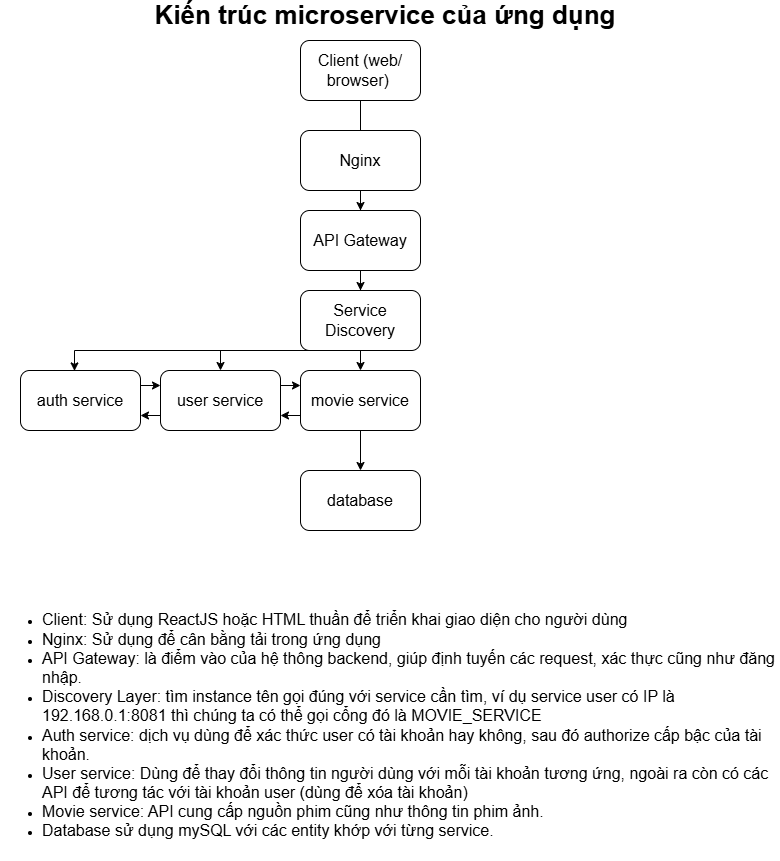
This is documents/pictures/system_design.png from SplendidBoy1/Microservice_Netflix, a draw.io export, as it was before one commit. Source tidied: cells renumbered, new cells last; positions are measured from the earlier drawing's top-left corner, leaving out a move shared by most shapes. Its diagram source:
```xml
<mxGraphModel>
  <root>
    <mxCell id="0" />
    <mxCell id="1" parent="0" />
    <mxCell id="2" style="edgeStyle=orthogonalEdgeStyle;rounded=0;jettySize=auto;html=1;" parent="1" edge="1" source="3" target="8">
      <mxGeometry relative="1" as="geometry" />
    </mxCell>
    <mxCell id="3" value="&lt;font style=&quot;font-size: 16px;&quot;&gt;Client (web/ browser)&amp;nbsp;&lt;/font&gt;" style="rounded=1;whiteSpace=wrap;html=1;" parent="1" vertex="1">
      <mxGeometry x="300" y="40" width="120" height="60" as="geometry" />
    </mxCell>
    <mxCell id="4" value="&lt;b&gt;&lt;font style=&quot;font-size: 26px;&quot;&gt;Kiến trúc microservice của ứng dụng&lt;/font&gt;&lt;/b&gt;" style="text;html=1;whiteSpace=wrap;strokeColor=none;fillColor=none;align=center;verticalAlign=middle;rounded=0;" parent="1" vertex="1">
      <mxGeometry x="85" width="600" height="30" as="geometry" />
    </mxCell>
    <mxCell id="5" style="edgeStyle=orthogonalEdgeStyle;rounded=0;jettySize=auto;html=1;" parent="1" edge="1" source="6" target="10">
      <mxGeometry relative="1" as="geometry" />
    </mxCell>
    <mxCell id="6" value="&lt;span style=&quot;font-size: 16px;&quot;&gt;Nginx&lt;/span&gt;" style="rounded=1;whiteSpace=wrap;html=1;" parent="1" vertex="1">
      <mxGeometry x="300" y="130" width="120" height="60" as="geometry" />
    </mxCell>
    <mxCell id="7" style="edgeStyle=orthogonalEdgeStyle;rounded=0;jettySize=auto;html=1;" parent="1" edge="1" source="8" target="18">
      <mxGeometry relative="1" as="geometry" />
    </mxCell>
    <mxCell id="8" value="&lt;span style=&quot;font-size: 16px;&quot;&gt;API Gateway&lt;/span&gt;" style="rounded=1;whiteSpace=wrap;html=1;" parent="1" vertex="1">
      <mxGeometry x="300" y="210" width="120" height="60" as="geometry" />
    </mxCell>
    <mxCell id="9" style="edgeStyle=orthogonalEdgeStyle;rounded=0;jettySize=auto;html=1;exitX=0.5;exitY=1;exitDx=0;exitDy=0;entryX=0.5;entryY=0;entryDx=0;entryDy=0;" parent="1" edge="1" source="10" target="15">
      <mxGeometry relative="1" as="geometry">
        <Array as="points">
          <mxPoint x="220" y="350" />
        </Array>
      </mxGeometry>
    </mxCell>
    <mxCell id="10" value="&lt;span style=&quot;font-size: 16px;&quot;&gt;Service Discovery&lt;/span&gt;" style="rounded=1;whiteSpace=wrap;html=1;" parent="1" vertex="1">
      <mxGeometry x="300" y="290" width="120" height="60" as="geometry" />
    </mxCell>
    <mxCell id="11" style="edgeStyle=orthogonalEdgeStyle;rounded=0;jettySize=auto;html=1;exitX=1;exitY=0.25;exitDx=0;exitDy=0;entryX=0;entryY=0.25;entryDx=0;entryDy=0;" parent="1" edge="1" source="12" target="15">
      <mxGeometry relative="1" as="geometry" />
    </mxCell>
    <mxCell id="12" value="&lt;span style=&quot;font-size: 16px;&quot;&gt;auth service&lt;/span&gt;" style="rounded=1;whiteSpace=wrap;html=1;" parent="1" vertex="1">
      <mxGeometry x="20" y="370" width="120" height="60" as="geometry" />
    </mxCell>
    <mxCell id="13" style="edgeStyle=orthogonalEdgeStyle;rounded=0;jettySize=auto;html=1;exitX=0;exitY=0.75;exitDx=0;exitDy=0;entryX=1;entryY=0.75;entryDx=0;entryDy=0;" parent="1" edge="1" source="15" target="12">
      <mxGeometry relative="1" as="geometry" />
    </mxCell>
    <mxCell id="14" style="edgeStyle=orthogonalEdgeStyle;rounded=0;jettySize=auto;html=1;exitX=1;exitY=0.25;exitDx=0;exitDy=0;entryX=0;entryY=0.25;entryDx=0;entryDy=0;" parent="1" edge="1" source="15" target="18">
      <mxGeometry relative="1" as="geometry" />
    </mxCell>
    <mxCell id="15" value="&lt;span style=&quot;font-size: 16px;&quot;&gt;user service&lt;/span&gt;" style="rounded=1;whiteSpace=wrap;html=1;" parent="1" vertex="1">
      <mxGeometry x="160" y="370" width="120" height="60" as="geometry" />
    </mxCell>
    <mxCell id="16" style="edgeStyle=orthogonalEdgeStyle;rounded=0;jettySize=auto;html=1;" parent="1" edge="1" source="18" target="19">
      <mxGeometry relative="1" as="geometry" />
    </mxCell>
    <mxCell id="17" style="edgeStyle=orthogonalEdgeStyle;rounded=0;jettySize=auto;html=1;exitX=0;exitY=0.75;exitDx=0;exitDy=0;entryX=1;entryY=0.75;entryDx=0;entryDy=0;" parent="1" edge="1" source="18" target="15">
      <mxGeometry relative="1" as="geometry" />
    </mxCell>
    <mxCell id="18" value="&lt;span style=&quot;font-size: 16px;&quot;&gt;movie service&lt;/span&gt;" style="rounded=1;whiteSpace=wrap;html=1;" parent="1" vertex="1">
      <mxGeometry x="300" y="370" width="120" height="60" as="geometry" />
    </mxCell>
    <mxCell id="19" value="&lt;span style=&quot;font-size: 16px;&quot;&gt;database&lt;/span&gt;" style="rounded=1;whiteSpace=wrap;html=1;" parent="1" vertex="1">
      <mxGeometry x="300" y="470" width="120" height="60" as="geometry" />
    </mxCell>
    <mxCell id="20" style="edgeStyle=orthogonalEdgeStyle;rounded=0;jettySize=auto;html=1;exitX=0.5;exitY=1;exitDx=0;exitDy=0;entryX=0.45;entryY=0.007;entryDx=0;entryDy=0;entryPerimeter=0;" parent="1" edge="1" source="10" target="12">
      <mxGeometry relative="1" as="geometry">
        <Array as="points">
          <mxPoint x="74" y="350" />
        </Array>
      </mxGeometry>
    </mxCell>
    <mxCell id="21" value="&lt;ul&gt;&lt;li&gt;&lt;span style=&quot;font-size: 16px;&quot;&gt;Client: Sử dụng ReactJS hoặc HTML thuần để triển khai giao diện cho người dùng&lt;/span&gt;&lt;/li&gt;&lt;li&gt;&lt;span style=&quot;font-size: 16px;&quot;&gt;Nginx: Sử dụng để cân bằng tải trong ứng dụng&lt;/span&gt;&lt;/li&gt;&lt;li&gt;&lt;span style=&quot;font-size: 16px;&quot;&gt;API Gateway: là điểm vào của hệ thông backend, giúp định tuyến các request, xác thực cũng như đăng nhập.&lt;/span&gt;&lt;/li&gt;&lt;li&gt;&lt;span style=&quot;font-size: 16px;&quot;&gt;Discovery Layer: tìm instance tên gọi đúng với service cần tìm, ví dụ service user có IP là 192.168.0.1:8081 thì chúng ta có thể gọi cổng đó là MOVIE_SERVICE&lt;/span&gt;&lt;/li&gt;&lt;li&gt;&lt;span style=&quot;font-size: 16px;&quot;&gt;Auth service: dịch vụ dùng để xác thức user có tài khoản hay không, sau đó authorize cấp bậc của tài khoản.&lt;/span&gt;&lt;/li&gt;&lt;li&gt;&lt;span style=&quot;font-size: 16px;&quot;&gt;User service: Dùng để thay đổi thông tin người dùng với mỗi tài khoản tương ứng, ngoài ra còn có các API để tương tác với tài khoản user (dùng để xóa tài khoản)&lt;/span&gt;&lt;/li&gt;&lt;li&gt;&lt;span style=&quot;font-size: 16px;&quot;&gt;Movie service: API cung cấp nguồn phim cũng như thông tin phim ảnh.&lt;/span&gt;&lt;/li&gt;&lt;li&gt;&lt;span style=&quot;font-size: 16px;&quot;&gt;Database sử dụng mySQL với các entity khớp với từng service.&lt;/span&gt;&lt;/li&gt;&lt;/ul&gt;" style="text;html=1;whiteSpace=wrap;strokeColor=none;fillColor=none;align=left;verticalAlign=middle;rounded=0;" parent="1" vertex="1">
      <mxGeometry y="590" width="780" height="270" as="geometry" />
    </mxCell>
  </root>
</mxGraphModel>
```
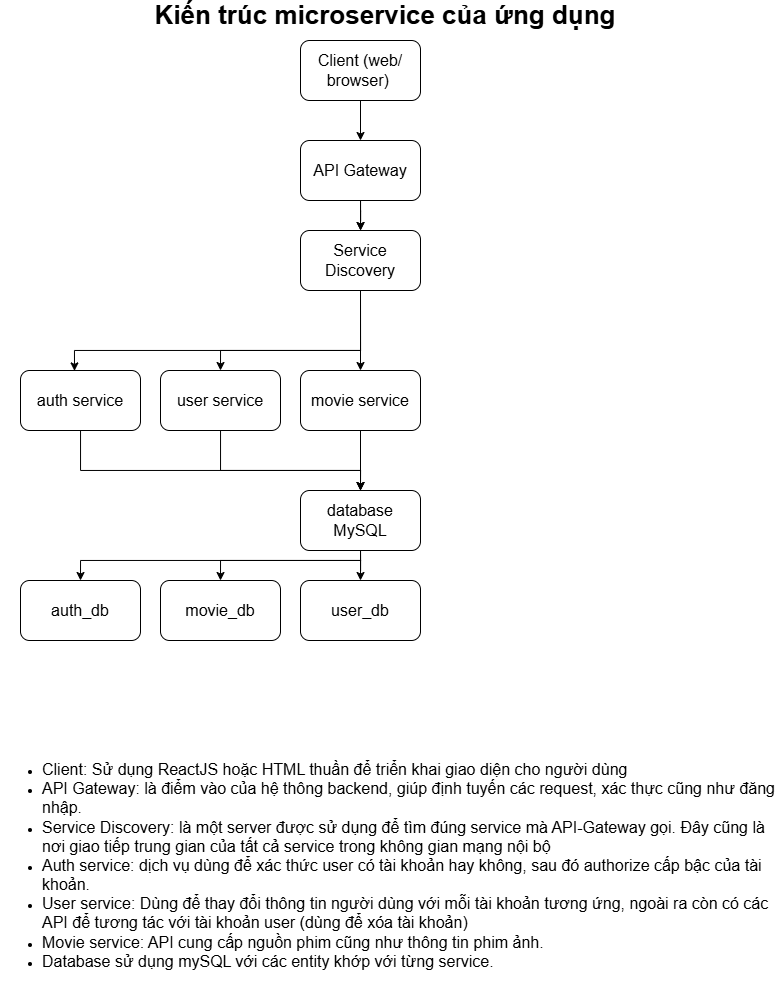
The same file after the commit.

The edit, as a diff of the source:
```diff
@@ -11,17 +11,16 @@
     <mxCell id="4" value="&lt;b&gt;&lt;font style=&quot;font-size: 26px;&quot;&gt;Kiến trúc microservice của ứng dụng&lt;/font&gt;&lt;/b&gt;" style="text;html=1;whiteSpace=wrap;strokeColor=none;fillColor=none;align=center;verticalAlign=middle;rounded=0;" parent="1" vertex="1">
       <mxGeometry x="85" width="600" height="30" as="geometry" />
     </mxCell>
-    <mxCell id="5" style="edgeStyle=orthogonalEdgeStyle;rounded=0;jettySize=auto;html=1;" parent="1" edge="1" source="6" target="10">
-      <mxGeometry relative="1" as="geometry" />
+    <mxCell id="5" style="edgeStyle=orthogonalEdgeStyle;rounded=0;jettySize=auto;html=1;" parent="1" edge="1" target="10">
+      <mxGeometry relative="1" as="geometry">
+        <mxPoint x="360" y="190" as="sourcePoint" />
+      </mxGeometry>
     </mxCell>
-    <mxCell id="6" value="&lt;span style=&quot;font-size: 16px;&quot;&gt;Nginx&lt;/span&gt;" style="rounded=1;whiteSpace=wrap;html=1;" parent="1" vertex="1">
-      <mxGeometry x="300" y="130" width="120" height="60" as="geometry" />
-    </mxCell>
-    <mxCell id="7" style="edgeStyle=orthogonalEdgeStyle;rounded=0;jettySize=auto;html=1;" parent="1" edge="1" source="8" target="18">
+    <mxCell id="7" style="edgeStyle=orthogonalEdgeStyle;rounded=0;jettySize=auto;html=1;" parent="1" edge="1" source="10" target="18">
       <mxGeometry relative="1" as="geometry" />
     </mxCell>
     <mxCell id="8" value="&lt;span style=&quot;font-size: 16px;&quot;&gt;API Gateway&lt;/span&gt;" style="rounded=1;whiteSpace=wrap;html=1;" parent="1" vertex="1">
-      <mxGeometry x="300" y="210" width="120" height="60" as="geometry" />
+      <mxGeometry x="300" y="140" width="120" height="60" as="geometry" />
     </mxCell>
     <mxCell id="9" style="edgeStyle=orthogonalEdgeStyle;rounded=0;jettySize=auto;html=1;exitX=0.5;exitY=1;exitDx=0;exitDy=0;entryX=0.5;entryY=0;entryDx=0;entryDy=0;" parent="1" edge="1" source="10" target="15">
       <mxGeometry relative="1" as="geometry">
@@ -30,35 +29,54 @@
         </Array>
       </mxGeometry>
     </mxCell>
-    <mxCell id="10" value="&lt;span style=&quot;font-size: 16px;&quot;&gt;Service Discovery&lt;/span&gt;" style="rounded=1;whiteSpace=wrap;html=1;" parent="1" vertex="1">
-      <mxGeometry x="300" y="290" width="120" height="60" as="geometry" />
-    </mxCell>
-    <mxCell id="11" style="edgeStyle=orthogonalEdgeStyle;rounded=0;jettySize=auto;html=1;exitX=1;exitY=0.25;exitDx=0;exitDy=0;entryX=0;entryY=0.25;entryDx=0;entryDy=0;" parent="1" edge="1" source="12" target="15">
-      <mxGeometry relative="1" as="geometry" />
-    </mxCell>
+    <mxCell id="22" style="edgeStyle=orthogonalEdgeStyle;rounded=0;jettySize=auto;html=1;entryX=0.5;entryY=0;entryDx=0;entryDy=0;" parent="1" edge="1" source="12" target="19">
+      <mxGeometry relative="1" as="geometry">
+        <Array as="points">
+          <mxPoint x="80" y="470" />
+          <mxPoint x="360" y="470" />
+        </Array>
+      </mxGeometry>
+    </mxCell>
     <mxCell id="12" value="&lt;span style=&quot;font-size: 16px;&quot;&gt;auth service&lt;/span&gt;" style="rounded=1;whiteSpace=wrap;html=1;" parent="1" vertex="1">
       <mxGeometry x="20" y="370" width="120" height="60" as="geometry" />
     </mxCell>
-    <mxCell id="13" style="edgeStyle=orthogonalEdgeStyle;rounded=0;jettySize=auto;html=1;exitX=0;exitY=0.75;exitDx=0;exitDy=0;entryX=1;entryY=0.75;entryDx=0;entryDy=0;" parent="1" edge="1" source="15" target="12">
-      <mxGeometry relative="1" as="geometry" />
-    </mxCell>
-    <mxCell id="14" style="edgeStyle=orthogonalEdgeStyle;rounded=0;jettySize=auto;html=1;exitX=1;exitY=0.25;exitDx=0;exitDy=0;entryX=0;entryY=0.25;entryDx=0;entryDy=0;" parent="1" edge="1" source="15" target="18">
-      <mxGeometry relative="1" as="geometry" />
-    </mxCell>
+    <mxCell id="23" style="edgeStyle=orthogonalEdgeStyle;rounded=0;jettySize=auto;html=1;entryX=0.5;entryY=0;entryDx=0;entryDy=0;" parent="1" edge="1" source="15" target="19">
+      <mxGeometry relative="1" as="geometry">
+        <Array as="points">
+          <mxPoint x="220" y="470" />
+        </Array>
+      </mxGeometry>
+    </mxCell>
     <mxCell id="15" value="&lt;span style=&quot;font-size: 16px;&quot;&gt;user service&lt;/span&gt;" style="rounded=1;whiteSpace=wrap;html=1;" parent="1" vertex="1">
       <mxGeometry x="160" y="370" width="120" height="60" as="geometry" />
     </mxCell>
     <mxCell id="16" style="edgeStyle=orthogonalEdgeStyle;rounded=0;jettySize=auto;html=1;" parent="1" edge="1" source="18" target="19">
       <mxGeometry relative="1" as="geometry" />
     </mxCell>
-    <mxCell id="17" style="edgeStyle=orthogonalEdgeStyle;rounded=0;jettySize=auto;html=1;exitX=0;exitY=0.75;exitDx=0;exitDy=0;entryX=1;entryY=0.75;entryDx=0;entryDy=0;" parent="1" edge="1" source="18" target="15">
-      <mxGeometry relative="1" as="geometry" />
-    </mxCell>
     <mxCell id="18" value="&lt;span style=&quot;font-size: 16px;&quot;&gt;movie service&lt;/span&gt;" style="rounded=1;whiteSpace=wrap;html=1;" parent="1" vertex="1">
       <mxGeometry x="300" y="370" width="120" height="60" as="geometry" />
     </mxCell>
+    <mxCell id="24" style="edgeStyle=orthogonalEdgeStyle;rounded=0;jettySize=auto;html=1;entryX=0.5;entryY=0;entryDx=0;entryDy=0;" parent="1" edge="1" source="19" target="30">
+      <mxGeometry relative="1" as="geometry" />
+    </mxCell>
+    <mxCell id="25" style="edgeStyle=orthogonalEdgeStyle;rounded=0;jettySize=auto;html=1;exitX=0.5;exitY=1;exitDx=0;exitDy=0;entryX=0.5;entryY=0;entryDx=0;entryDy=0;" parent="1" edge="1" source="19" target="29">
+      <mxGeometry relative="1" as="geometry">
+        <Array as="points">
+          <mxPoint x="360" y="560" />
+          <mxPoint x="220" y="560" />
+        </Array>
+      </mxGeometry>
+    </mxCell>
+    <mxCell id="26" style="edgeStyle=orthogonalEdgeStyle;rounded=0;jettySize=auto;html=1;exitX=0.5;exitY=1;exitDx=0;exitDy=0;entryX=0.5;entryY=0;entryDx=0;entryDy=0;" parent="1" edge="1" source="19" target="28">
+      <mxGeometry relative="1" as="geometry">
+        <Array as="points">
+          <mxPoint x="360" y="560" />
+          <mxPoint x="80" y="560" />
+        </Array>
+      </mxGeometry>
+    </mxCell>
-    <mxCell id="19" value="&lt;span style=&quot;font-size: 16px;&quot;&gt;database&lt;/span&gt;" style="rounded=1;whiteSpace=wrap;html=1;" parent="1" vertex="1">
-      <mxGeometry x="300" y="470" width="120" height="60" as="geometry" />
+    <mxCell id="19" value="&lt;span style=&quot;font-size: 16px;&quot;&gt;database MySQL&lt;/span&gt;" style="rounded=1;whiteSpace=wrap;html=1;" parent="1" vertex="1">
+      <mxGeometry x="300" y="490" width="120" height="60" as="geometry" />
     </mxCell>
     <mxCell id="20" style="edgeStyle=orthogonalEdgeStyle;rounded=0;jettySize=auto;html=1;exitX=0.5;exitY=1;exitDx=0;exitDy=0;entryX=0.45;entryY=0.007;entryDx=0;entryDy=0;entryPerimeter=0;" parent="1" edge="1" source="10" target="12">
       <mxGeometry relative="1" as="geometry">
@@ -67,8 +85,23 @@
         </Array>
       </mxGeometry>
     </mxCell>
-    <mxCell id="21" value="&lt;ul&gt;&lt;li&gt;&lt;span style=&quot;font-size: 16px;&quot;&gt;Client: Sử dụng ReactJS hoặc HTML thuần để triển khai giao diện cho người dùng&lt;/span&gt;&lt;/li&gt;&lt;li&gt;&lt;span style=&quot;font-size: 16px;&quot;&gt;Nginx: Sử dụng để cân bằng tải trong ứng dụng&lt;/span&gt;&lt;/li&gt;&lt;li&gt;&lt;span style=&quot;font-size: 16px;&quot;&gt;API Gateway: là điểm vào của hệ thông backend, giúp định tuyến các request, xác thực cũng như đăng nhập.&lt;/span&gt;&lt;/li&gt;&lt;li&gt;&lt;span style=&quot;font-size: 16px;&quot;&gt;Discovery Layer: tìm instance tên gọi đúng với service cần tìm, ví dụ service user có IP là 192.168.0.1:8081 thì chúng ta có thể gọi cổng đó là MOVIE_SERVICE&lt;/span&gt;&lt;/li&gt;&lt;li&gt;&lt;span style=&quot;font-size: 16px;&quot;&gt;Auth service: dịch vụ dùng để xác thức user có tài khoản hay không, sau đó authorize cấp bậc của tài khoản.&lt;/span&gt;&lt;/li&gt;&lt;li&gt;&lt;span style=&quot;font-size: 16px;&quot;&gt;User service: Dùng để thay đổi thông tin người dùng với mỗi tài khoản tương ứng, ngoài ra còn có các API để tương tác với tài khoản user (dùng để xóa tài khoản)&lt;/span&gt;&lt;/li&gt;&lt;li&gt;&lt;span style=&quot;font-size: 16px;&quot;&gt;Movie service: API cung cấp nguồn phim cũng như thông tin phim ảnh.&lt;/span&gt;&lt;/li&gt;&lt;li&gt;&lt;span style=&quot;font-size: 16px;&quot;&gt;Database sử dụng mySQL với các entity khớp với từng service.&lt;/span&gt;&lt;/li&gt;&lt;/ul&gt;" style="text;html=1;whiteSpace=wrap;strokeColor=none;fillColor=none;align=left;verticalAlign=middle;rounded=0;" parent="1" vertex="1">
-      <mxGeometry y="590" width="780" height="270" as="geometry" />
+    <mxCell id="21" value="&lt;ul&gt;&lt;li&gt;&lt;span style=&quot;font-size: 16px;&quot;&gt;Client: Sử dụng ReactJS hoặc HTML thuần để triển khai giao diện cho người dùng&lt;/span&gt;&lt;/li&gt;&lt;li&gt;&lt;span style=&quot;font-size: 16px;&quot;&gt;API Gateway: là điểm vào của hệ thông backend, giúp định tuyến các request, xác thực cũng như đăng nhập.&lt;/span&gt;&lt;/li&gt;&lt;li&gt;&lt;span style=&quot;font-size: 16px;&quot;&gt;Service Discovery: là một server được sử dụng để tìm đúng service mà API-Gateway gọi. Đây cũng là nơi giao tiếp trung gian của tất cả service trong không gian mạng nội bộ&lt;/span&gt;&lt;/li&gt;&lt;li&gt;&lt;span style=&quot;font-size: 16px;&quot;&gt;Auth service: dịch vụ dùng để xác thức user có tài khoản hay không, sau đó authorize cấp bậc của tài khoản.&lt;/span&gt;&lt;/li&gt;&lt;li&gt;&lt;span style=&quot;font-size: 16px;&quot;&gt;User service: Dùng để thay đổi thông tin người dùng với mỗi tài khoản tương ứng, ngoài ra còn có các API để tương tác với tài khoản user (dùng để xóa tài khoản)&lt;/span&gt;&lt;/li&gt;&lt;li&gt;&lt;span style=&quot;font-size: 16px;&quot;&gt;Movie service: API cung cấp nguồn phim cũng như thông tin phim ảnh.&lt;/span&gt;&lt;/li&gt;&lt;li&gt;&lt;span style=&quot;font-size: 16px;&quot;&gt;Database sử dụng mySQL với các entity khớp với từng service.&lt;/span&gt;&lt;/li&gt;&lt;/ul&gt;" style="text;html=1;whiteSpace=wrap;strokeColor=none;fillColor=none;align=left;verticalAlign=middle;rounded=0;" parent="1" vertex="1">
+      <mxGeometry y="730" width="780" height="270" as="geometry" />
     </mxCell>
+    <mxCell id="27" style="edgeStyle=orthogonalEdgeStyle;rounded=0;jettySize=auto;html=1;" parent="1" edge="1" source="8" target="10">
+      <mxGeometry relative="1" as="geometry" />
+    </mxCell>
+    <mxCell id="10" value="&lt;span style=&quot;font-size: 16px;&quot;&gt;Service Discovery&lt;/span&gt;" style="rounded=1;whiteSpace=wrap;html=1;" parent="1" vertex="1">
+      <mxGeometry x="300" y="230" width="120" height="60" as="geometry" />
+    </mxCell>
+    <mxCell id="28" value="&lt;span style=&quot;font-size: 16px;&quot;&gt;auth_db&lt;/span&gt;" style="rounded=1;whiteSpace=wrap;html=1;" parent="1" vertex="1">
+      <mxGeometry x="20" y="580" width="120" height="60" as="geometry" />
+    </mxCell>
+    <mxCell id="29" value="&lt;span style=&quot;font-size: 16px;&quot;&gt;movie_db&lt;/span&gt;" style="rounded=1;whiteSpace=wrap;html=1;" parent="1" vertex="1">
+      <mxGeometry x="160" y="580" width="120" height="60" as="geometry" />
+    </mxCell>
+    <mxCell id="30" value="&lt;span style=&quot;font-size: 16px;&quot;&gt;user_db&lt;/span&gt;" style="rounded=1;whiteSpace=wrap;html=1;" parent="1" vertex="1">
+      <mxGeometry x="300" y="580" width="120" height="60" as="geometry" />
+    </mxCell>
   </root>
 </mxGraphModel>
```
